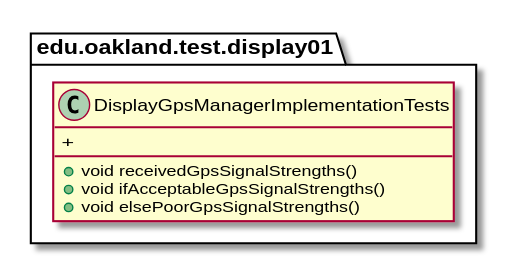
The PlantUML diagram docs/uml-class-diagrams/display01/test/DisplayGpsManagerImplementationTests/DisplayGpsManagerImplementationTests.svg in andrewdimmer/csi-3370-software-project, before a commit.
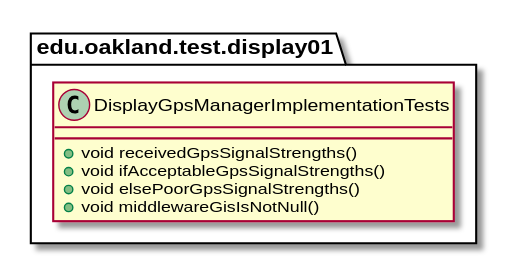
After the commit.

Diff of the diagram source:
```diff
@@ -5,7 +5,7 @@
         + void receivedGpsSignalStrengths()
         + void ifAcceptableGpsSignalStrengths()
         + void elsePoorGpsSignalStrengths()
-        +
+        + void middlewareGisIsNotNull()
     }
 }
 
```
